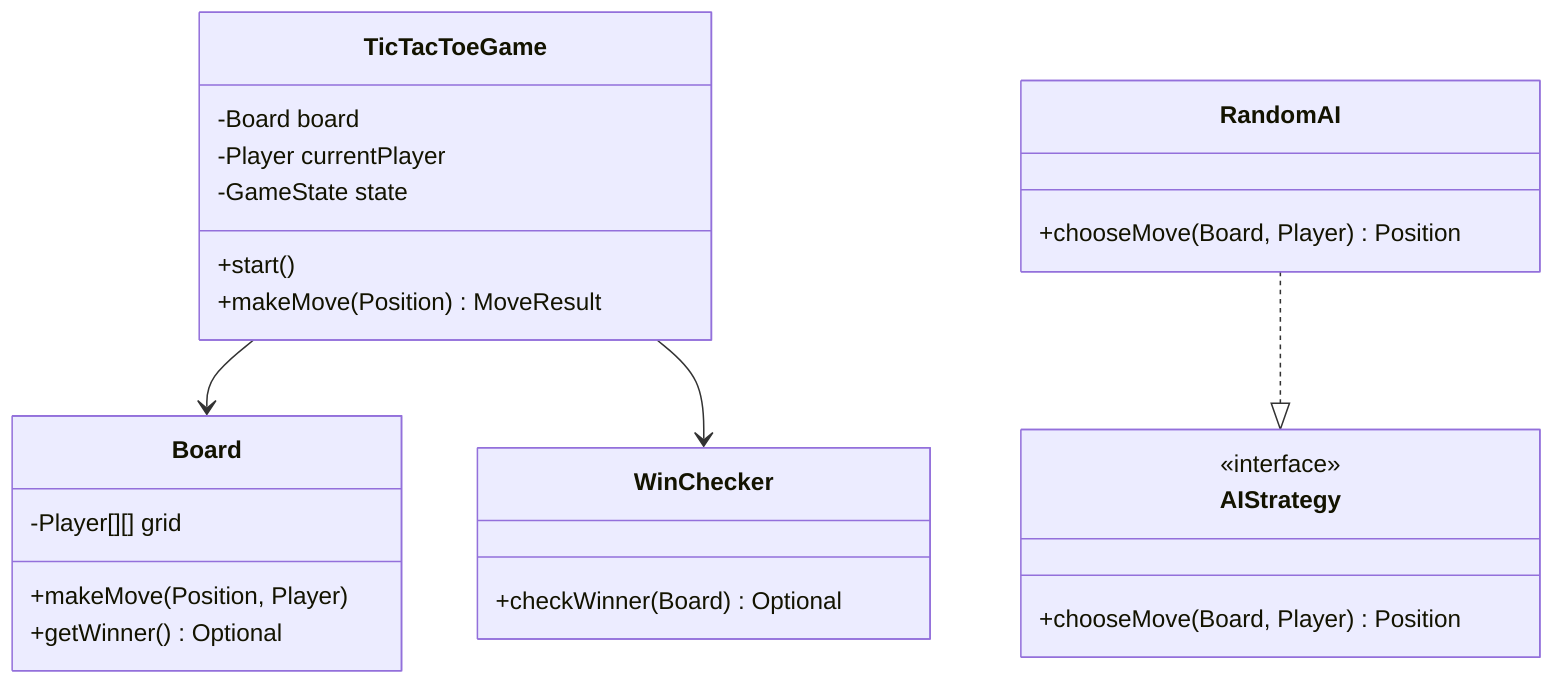
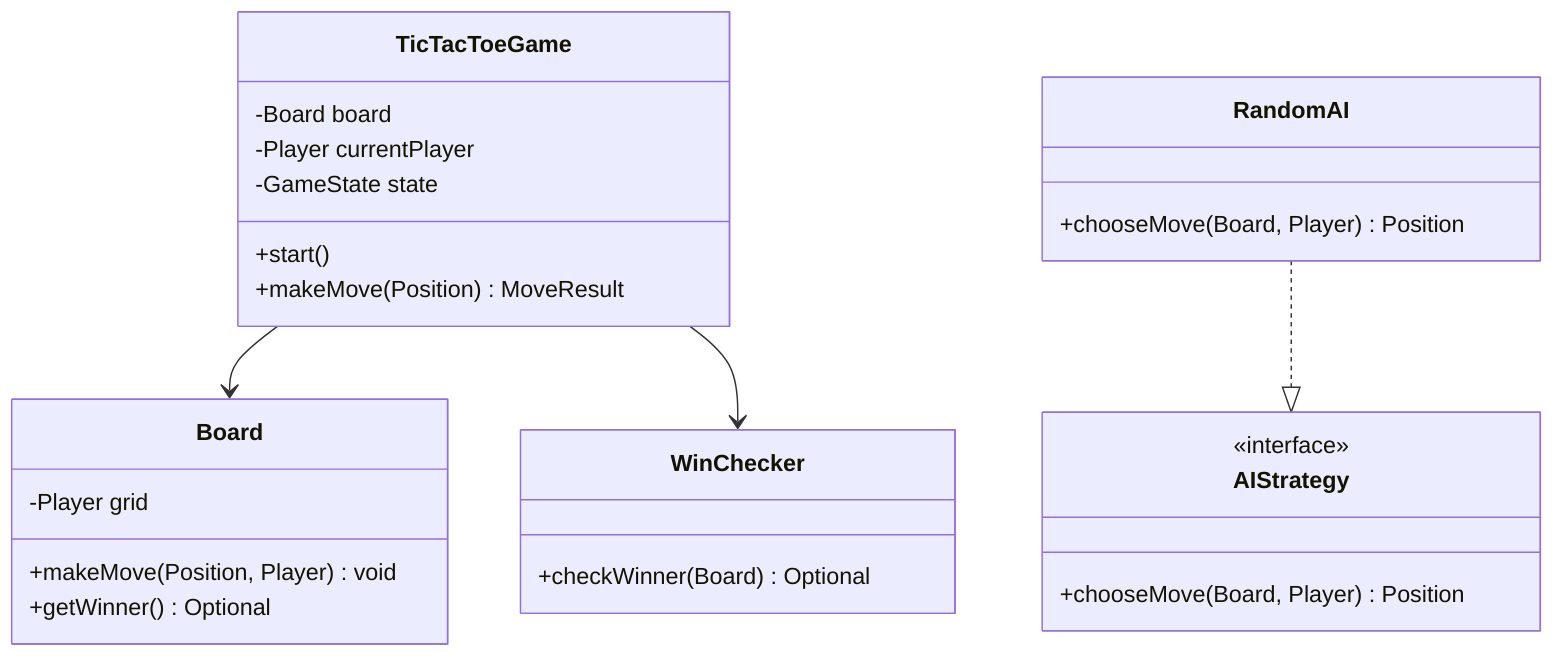
classDiagram
    class TicTacToeGame {
        -Board board
        -Player currentPlayer
        -GameState state
        +start()
        +makeMove(Position) MoveResult
    }
    class Board {
-         -Player[][] grid
-         +makeMove(Position, Player)
+         -Player grid
+         +makeMove(Position, Player) void
        +getWinner() Optional
    }
    class WinChecker {
        +checkWinner(Board) Optional
    }
    class AIStrategy {
        <<interface>>
        +chooseMove(Board, Player) Position
    }
    class RandomAI {
        +chooseMove(Board, Player) Position
    }
    TicTacToeGame --> Board
    TicTacToeGame --> WinChecker
    RandomAI ..|> AIStrategy
